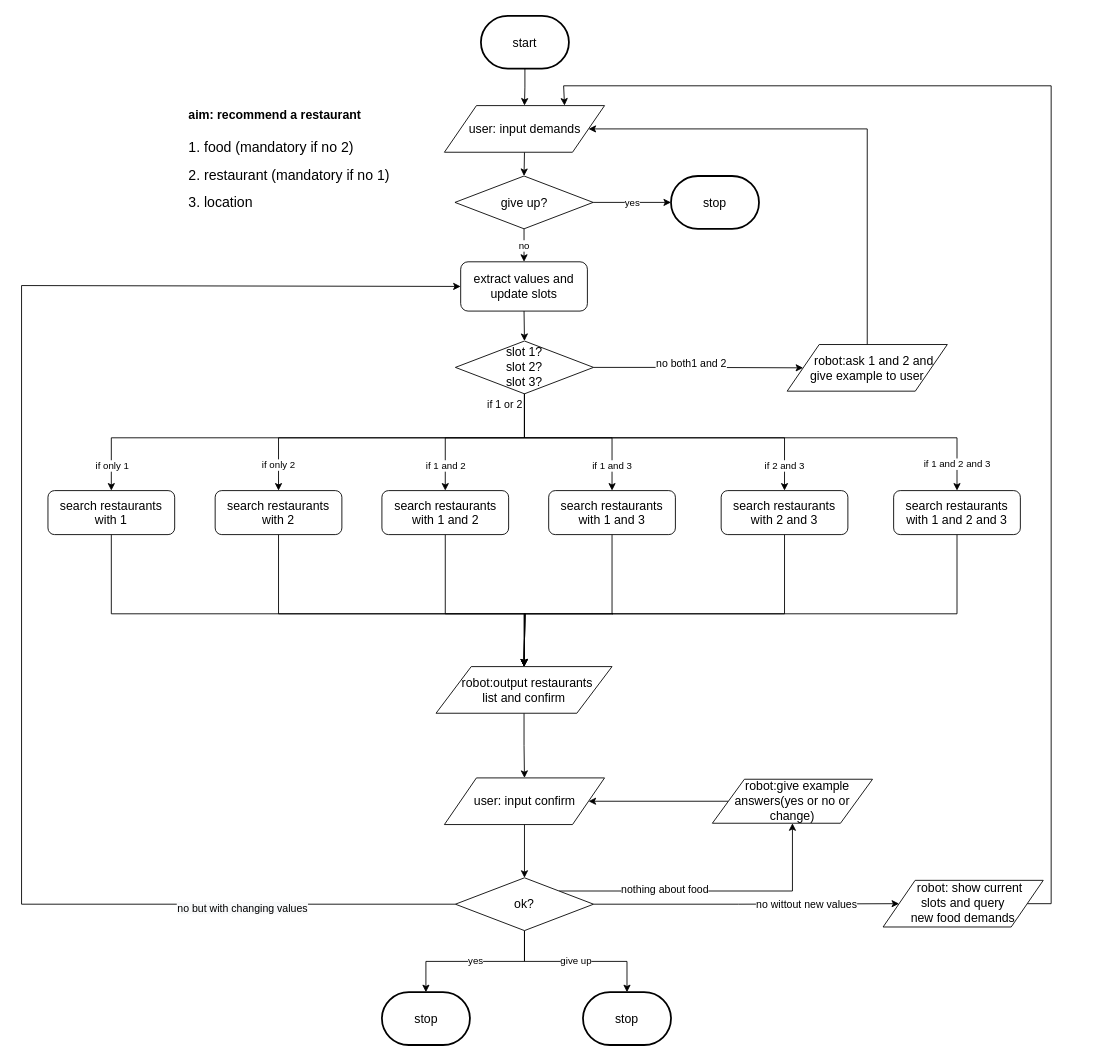
This is flow_diagram/dinning_consult.drawio from ricosr/travel_consult_chatbot, a draw.io file, before an edit. Source tidied: cells renumbered, new cells numbered last; positions are measured from the earlier drawing's top-left corner, leaving out a move shared by most shapes. Both pictures are drawn from the tidied source at 88%, with x=0, y=0 at pixel (21, 16).
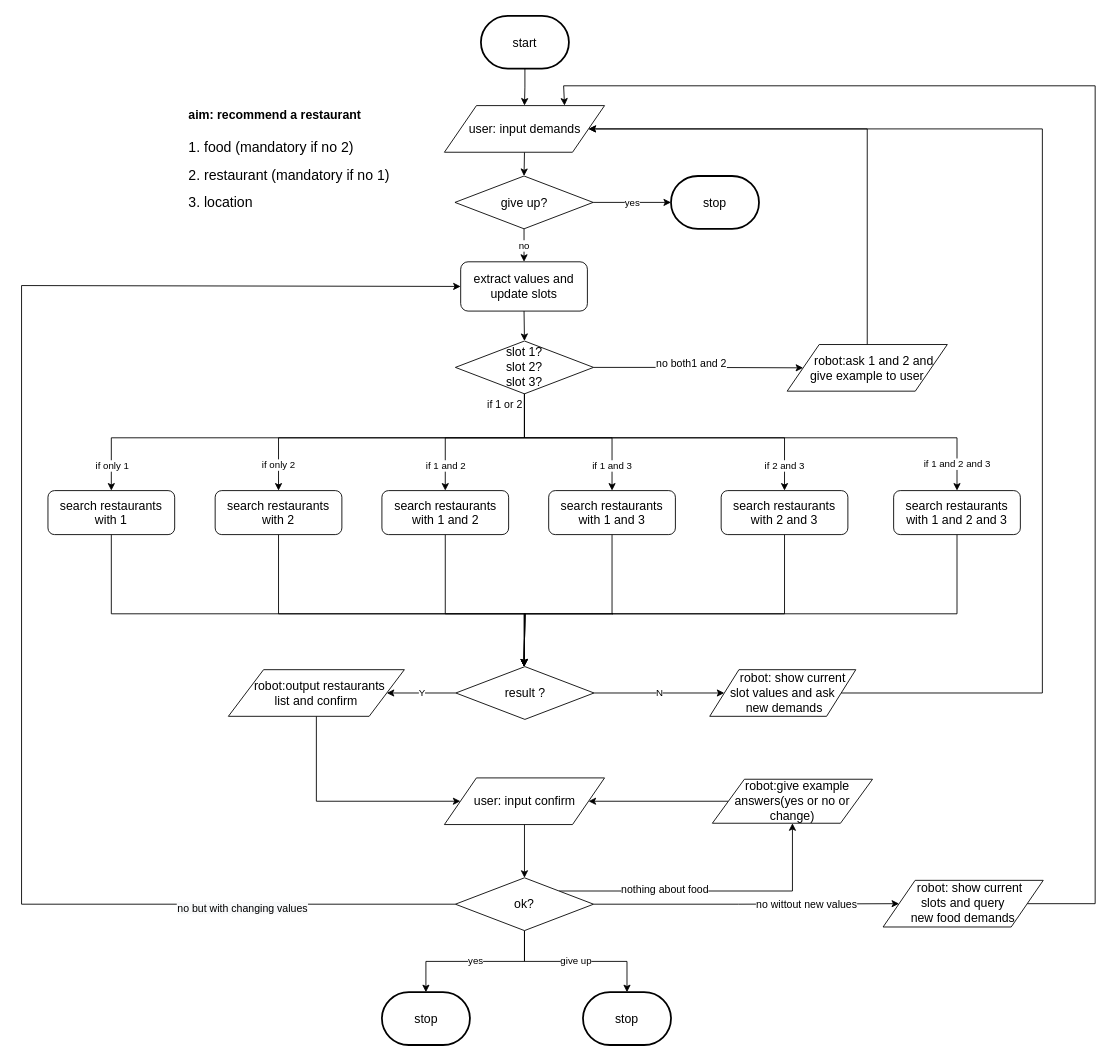
The same page after the edit.

Unchanged cells that the change refers to:
```xml
<mxCell id="10" value="&lt;font style=&quot;font-size: 14px&quot;&gt;&amp;nbsp; &amp;nbsp; robot: show current &lt;br&gt;slots and&amp;nbsp;&lt;/font&gt;&lt;span style=&quot;font-size: 14px&quot;&gt;query &lt;br&gt;new food demands&lt;/span&gt;" style="shape=parallelogram;perimeter=parallelogramPerimeter;whiteSpace=wrap;html=1;" parent="1" vertex="1">
  <mxGeometry x="979" y="981.9" width="182" height="53" as="geometry" />
</mxCell>
<mxCell id="14" value="&lt;span style=&quot;font-size: 14px&quot;&gt;user: input demands&lt;/span&gt;" style="shape=parallelogram;perimeter=parallelogramPerimeter;whiteSpace=wrap;html=1;" parent="1" vertex="1">
  <mxGeometry x="480.5" y="101.5" width="182" height="53" as="geometry" />
</mxCell>
<mxCell id="18" value="&lt;span style=&quot;font-size: 14px&quot;&gt;search restaurants with 2&lt;/span&gt;" style="rounded=1;whiteSpace=wrap;html=1;" parent="1" vertex="1">
  <mxGeometry x="220" y="539" width="144" height="50" as="geometry" />
</mxCell>
<mxCell id="22" value="&lt;span style=&quot;font-size: 14px&quot;&gt;user: input confirm&lt;/span&gt;" style="shape=parallelogram;perimeter=parallelogramPerimeter;whiteSpace=wrap;html=1;" parent="1" vertex="1">
  <mxGeometry x="480.5" y="865.5" width="182" height="53" as="geometry" />
</mxCell>
<mxCell id="36" value="&lt;span style=&quot;font-size: 14px&quot;&gt;search restaurants with 1&lt;/span&gt;" style="rounded=1;whiteSpace=wrap;html=1;" parent="1" vertex="1">
  <mxGeometry x="30" y="539" width="144" height="50" as="geometry" />
</mxCell>
<mxCell id="38" value="&lt;span style=&quot;font-size: 14px&quot;&gt;search restaurants with 1 and 2&lt;/span&gt;" style="rounded=1;whiteSpace=wrap;html=1;" parent="1" vertex="1">
  <mxGeometry x="409.5" y="539" width="144" height="50" as="geometry" />
</mxCell>
<mxCell id="42" value="&lt;span style=&quot;font-size: 14px&quot;&gt;search restaurants with 1 and 3&lt;/span&gt;" style="rounded=1;whiteSpace=wrap;html=1;" parent="1" vertex="1">
  <mxGeometry x="599" y="539" width="144" height="50" as="geometry" />
</mxCell>
<mxCell id="44" value="&lt;span style=&quot;font-size: 14px&quot;&gt;search restaurants with 2 and 3&lt;/span&gt;" style="rounded=1;whiteSpace=wrap;html=1;" parent="1" vertex="1">
  <mxGeometry x="795" y="539" width="144" height="50" as="geometry" />
</mxCell>
<mxCell id="47" value="&lt;span style=&quot;font-size: 14px&quot;&gt;search restaurants with 1 and 2 and 3&lt;/span&gt;" style="rounded=1;whiteSpace=wrap;html=1;" parent="1" vertex="1">
  <mxGeometry x="991" y="539" width="144" height="50" as="geometry" />
</mxCell>
```

Diff of the diagram source:
```diff
@@
     <mxCell id="9" style="edgeStyle=orthogonalEdgeStyle;rounded=0;jettySize=auto;html=1;exitX=1;exitY=0.5;exitDx=0;exitDy=0;entryX=0.75;entryY=0;entryDx=0;entryDy=0;" parent="1" edge="1" source="10" target="14">
       <mxGeometry relative="1" as="geometry">
         <Array as="points">
-          <mxPoint x="1170" y="1009" />
-          <mxPoint x="1170" y="79" />
+          <mxPoint x="1143" y="1009" />
+          <mxPoint x="1220" y="1009" />
+          <mxPoint x="1220" y="79" />
           <mxPoint x="616" y="79" />
         </Array>
       </mxGeometry>
     </mxCell>
@@
-    <mxCell id="17" style="edgeStyle=orthogonalEdgeStyle;rounded=0;jettySize=auto;html=1;entryX=0.5;entryY=0;entryDx=0;entryDy=0;" parent="1" edge="1" source="18" target="20">
+    <mxCell id="17" style="edgeStyle=orthogonalEdgeStyle;rounded=0;jettySize=auto;html=1;entryX=0.5;entryY=0;entryDx=0;entryDy=0;" parent="1" edge="1" source="18">
       <mxGeometry relative="1" as="geometry">
+        <mxPoint x="571" y="739" as="targetPoint" />
         <Array as="points">
           <mxPoint x="292" y="679" />
           <mxPoint x="572" y="679" />
         </Array>
       </mxGeometry>
     </mxCell>
@@
-    <mxCell id="19" style="edgeStyle=orthogonalEdgeStyle;rounded=0;jettySize=auto;html=1;" parent="1" edge="1" source="20" target="22">
-      <mxGeometry relative="1" as="geometry" />
-    </mxCell>
-    <mxCell id="20" value="&lt;span style=&quot;font-size: 14px ; white-space: normal&quot;&gt;&amp;nbsp; &amp;nbsp;robot:output&amp;nbsp;&lt;/span&gt;&lt;span style=&quot;font-size: 14px&quot;&gt;restaurants&lt;/span&gt;&lt;span style=&quot;font-size: 14px ; white-space: normal&quot;&gt;&amp;nbsp;&lt;/span&gt;&lt;br style=&quot;font-size: 14px ; white-space: normal&quot;&gt;&lt;span style=&quot;font-size: 14px ; white-space: normal&quot;&gt;list and confirm&lt;/span&gt;" style="shape=parallelogram;perimeter=parallelogramPerimeter;whiteSpace=wrap;html=1;" parent="1" vertex="1">
-      <mxGeometry x="471" y="739" width="200" height="53" as="geometry" />
-    </mxCell>
@@
-    <mxCell id="35" style="edgeStyle=orthogonalEdgeStyle;rounded=0;jettySize=auto;html=1;exitX=0.5;exitY=1;exitDx=0;exitDy=0;entryX=0.5;entryY=0;entryDx=0;entryDy=0;" parent="1" edge="1" source="36" target="20">
+    <mxCell id="35" style="edgeStyle=orthogonalEdgeStyle;rounded=0;jettySize=auto;html=1;exitX=0.5;exitY=1;exitDx=0;exitDy=0;entryX=0.5;entryY=0;entryDx=0;entryDy=0;" parent="1" edge="1" source="36">
       <mxGeometry relative="1" as="geometry">
+        <mxPoint x="571" y="739" as="targetPoint" />
         <Array as="points">
           <mxPoint x="102" y="679" />
           <mxPoint x="572" y="679" />
         </Array>
       </mxGeometry>
     </mxCell>
@@
-    <mxCell id="37" style="edgeStyle=orthogonalEdgeStyle;rounded=0;jettySize=auto;html=1;exitX=0.5;exitY=1;exitDx=0;exitDy=0;entryX=0.5;entryY=0;entryDx=0;entryDy=0;" parent="1" edge="1" source="38" target="20">
+    <mxCell id="37" style="edgeStyle=orthogonalEdgeStyle;rounded=0;jettySize=auto;html=1;exitX=0.5;exitY=1;exitDx=0;exitDy=0;entryX=0.5;entryY=0;entryDx=0;entryDy=0;" parent="1" edge="1" source="38">
       <mxGeometry relative="1" as="geometry">
+        <mxPoint x="571" y="739" as="targetPoint" />
         <Array as="points">
           <mxPoint x="482" y="679" />
           <mxPoint x="572" y="679" />
         </Array>
       </mxGeometry>
     </mxCell>
@@
-    <mxCell id="41" style="edgeStyle=orthogonalEdgeStyle;rounded=0;jettySize=auto;html=1;exitX=0.5;exitY=1;exitDx=0;exitDy=0;entryX=0.5;entryY=0;entryDx=0;entryDy=0;" parent="1" edge="1" source="42" target="20">
+    <mxCell id="41" style="edgeStyle=orthogonalEdgeStyle;rounded=0;jettySize=auto;html=1;exitX=0.5;exitY=1;exitDx=0;exitDy=0;entryX=0.5;entryY=0;entryDx=0;entryDy=0;" parent="1" edge="1" source="42">
       <mxGeometry relative="1" as="geometry">
+        <mxPoint x="571" y="739" as="targetPoint" />
         <Array as="points">
           <mxPoint x="672" y="679" />
           <mxPoint x="572" y="679" />
         </Array>
       </mxGeometry>
     </mxCell>
@@
-    <mxCell id="43" style="edgeStyle=orthogonalEdgeStyle;rounded=0;jettySize=auto;html=1;exitX=0.5;exitY=1;exitDx=0;exitDy=0;entryX=0.5;entryY=0;entryDx=0;entryDy=0;" parent="1" edge="1" source="44" target="20">
+    <mxCell id="43" style="edgeStyle=orthogonalEdgeStyle;rounded=0;jettySize=auto;html=1;exitX=0.5;exitY=1;exitDx=0;exitDy=0;entryX=0.5;entryY=0;entryDx=0;entryDy=0;" parent="1" edge="1" source="44">
       <mxGeometry relative="1" as="geometry">
+        <mxPoint x="571" y="739" as="targetPoint" />
         <Array as="points">
           <mxPoint x="867" y="679" />
           <mxPoint x="572" y="679" />
         </Array>
       </mxGeometry>
     </mxCell>
@@
-    <mxCell id="46" style="edgeStyle=orthogonalEdgeStyle;rounded=0;jettySize=auto;html=1;exitX=0.5;exitY=1;exitDx=0;exitDy=0;entryX=0.5;entryY=0;entryDx=0;entryDy=0;" parent="1" edge="1" source="47" target="20">
+    <mxCell id="46" style="edgeStyle=orthogonalEdgeStyle;rounded=0;jettySize=auto;html=1;exitX=0.5;exitY=1;exitDx=0;exitDy=0;entryX=0.5;entryY=0;entryDx=0;entryDy=0;" parent="1" edge="1" source="47">
       <mxGeometry relative="1" as="geometry">
+        <mxPoint x="571" y="739" as="targetPoint" />
         <Array as="points">
           <mxPoint x="1063" y="679" />
           <mxPoint x="572" y="679" />
         </Array>
       </mxGeometry>
     </mxCell>
@@
+    <mxCell id="19" style="edgeStyle=orthogonalEdgeStyle;rounded=0;jettySize=auto;html=1;exitX=0.5;exitY=1;exitDx=0;exitDy=0;entryX=0;entryY=0.5;entryDx=0;entryDy=0;" parent="1" edge="1" source="20" target="22">
+      <mxGeometry relative="1" as="geometry">
+        <Array as="points">
+          <mxPoint x="335" y="892" />
+        </Array>
+      </mxGeometry>
+    </mxCell>
+    <mxCell id="20" value="&lt;span style=&quot;font-size: 14px ; white-space: normal&quot;&gt;&amp;nbsp; &amp;nbsp;robot:output&amp;nbsp;&lt;/span&gt;&lt;span style=&quot;font-size: 14px&quot;&gt;restaurants&lt;/span&gt;&lt;span style=&quot;font-size: 14px ; white-space: normal&quot;&gt;&amp;nbsp;&lt;/span&gt;&lt;br style=&quot;font-size: 14px ; white-space: normal&quot;&gt;&lt;span style=&quot;font-size: 14px ; white-space: normal&quot;&gt;list and confirm&lt;/span&gt;" style="shape=parallelogram;perimeter=parallelogramPerimeter;whiteSpace=wrap;html=1;" parent="1" vertex="1">
+      <mxGeometry x="235" y="742.5" width="200" height="53" as="geometry" />
+    </mxCell>
+    <mxCell id="56" value="Y" style="edgeStyle=orthogonalEdgeStyle;rounded=0;jettySize=auto;html=1;exitX=0;exitY=0.5;exitDx=0;exitDy=0;" parent="1" edge="1" source="58" target="20">
+      <mxGeometry relative="1" as="geometry" />
+    </mxCell>
+    <mxCell id="57" value="N" style="edgeStyle=orthogonalEdgeStyle;rounded=0;jettySize=auto;html=1;exitX=1;exitY=0.5;exitDx=0;exitDy=0;entryX=0;entryY=0.5;entryDx=0;entryDy=0;" parent="1" edge="1" source="58" target="60">
+      <mxGeometry relative="1" as="geometry" />
+    </mxCell>
+    <mxCell id="58" value="&lt;font&gt;&lt;font style=&quot;font-size: 14px&quot;&gt;result ?&lt;/font&gt;&lt;br&gt;&lt;/font&gt;" style="rhombus;whiteSpace=wrap;html=1;" parent="1" vertex="1">
+      <mxGeometry x="493.5" y="739" width="157" height="60" as="geometry" />
+    </mxCell>
+    <mxCell id="59" style="edgeStyle=orthogonalEdgeStyle;rounded=0;jettySize=auto;html=1;exitX=1;exitY=0.5;exitDx=0;exitDy=0;entryX=1;entryY=0.5;entryDx=0;entryDy=0;" parent="1" edge="1" source="60" target="14">
+      <mxGeometry relative="1" as="geometry">
+        <Array as="points">
+          <mxPoint x="1160" y="769" />
+          <mxPoint x="1160" y="128" />
+        </Array>
+      </mxGeometry>
+    </mxCell>
+    <mxCell id="60" value="&lt;font style=&quot;font-size: 14px&quot;&gt;&amp;nbsp; &amp;nbsp; &amp;nbsp; robot: show current &lt;br&gt;slot values and ask&lt;br&gt;&amp;nbsp;new demands&lt;br&gt;&lt;/font&gt;" style="shape=parallelogram;perimeter=parallelogramPerimeter;whiteSpace=wrap;html=1;" parent="1" vertex="1">
+      <mxGeometry x="782" y="742.5" width="166" height="53" as="geometry" />
+    </mxCell>
```
